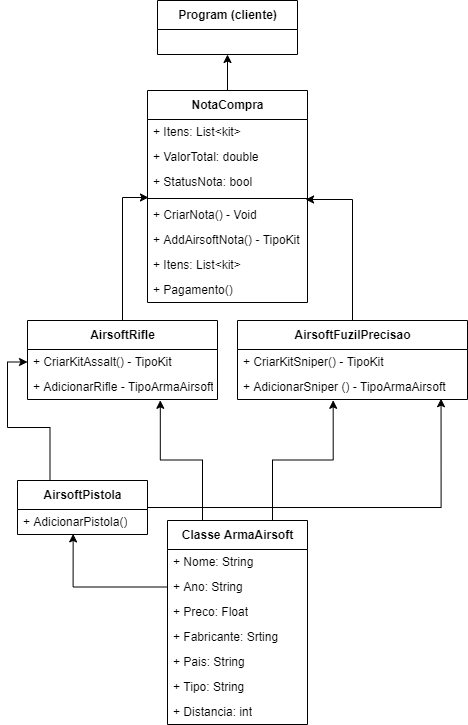
The draw.io diagram Diagramas/Padrão de projeto-Composite.drawio.png in danilomichell/Airsoft, before a commit. Source tidied: cells renumbered, new cells last; positions are measured from the earlier drawing's top-left corner, leaving out a move shared by most shapes.
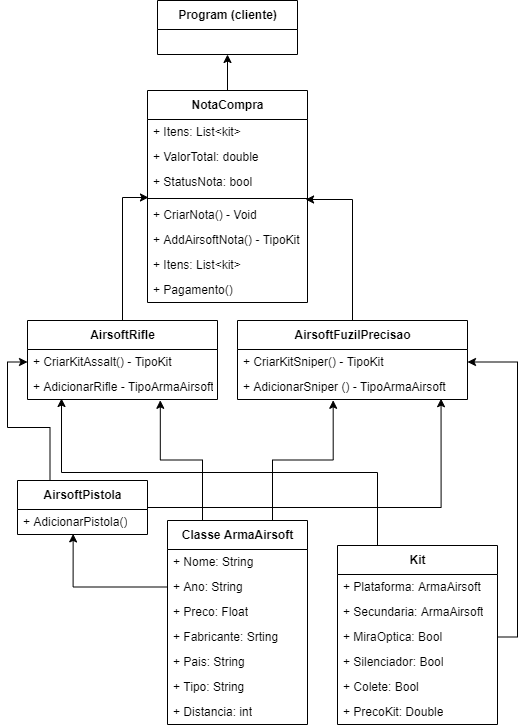
Later version of the same file.

Change to the diagram source:
```diff
@@ -104,5 +104,32 @@
     <mxCell id="35" value="Program (cliente)" style="swimlane;fontStyle=1;align=center;verticalAlign=middle;horizontal=1;startSize=29;html=1;" parent="1" vertex="1">
       <mxGeometry x="140" width="140" height="54" as="geometry" />
     </mxCell>
+    <mxCell id="36" style="edgeStyle=orthogonalEdgeStyle;rounded=0;jettySize=auto;html=1;exitX=0.25;exitY=0;exitDx=0;exitDy=0;entryX=0.179;entryY=0.96;entryDx=0;entryDy=0;entryPerimeter=0;" parent="1" edge="1" source="37" target="20">
+      <mxGeometry relative="1" as="geometry" />
+    </mxCell>
+    <mxCell id="37" value="Kit" style="swimlane;fontStyle=1;align=center;verticalAlign=middle;horizontal=1;startSize=29;html=1;" parent="1" vertex="1">
+      <mxGeometry x="320" y="545" width="160" height="179" as="geometry" />
+    </mxCell>
+    <mxCell id="38" value="+ Plataforma: ArmaAirsoft" style="text;html=1;strokeColor=none;fillColor=none;align=left;verticalAlign=middle;spacingLeft=4;spacingRight=4;overflow=hidden;" parent="37" vertex="1">
+      <mxGeometry y="29" width="160" height="25" as="geometry" />
+    </mxCell>
+    <mxCell id="39" value="+ Secundaria: ArmaAirsoft" style="text;html=1;strokeColor=none;fillColor=none;align=left;verticalAlign=middle;spacingLeft=4;spacingRight=4;overflow=hidden;" parent="37" vertex="1">
+      <mxGeometry y="54" width="160" height="25" as="geometry" />
+    </mxCell>
+    <mxCell id="40" value="+ MiraOptica: Bool" style="text;html=1;strokeColor=none;fillColor=none;align=left;verticalAlign=middle;spacingLeft=4;spacingRight=4;overflow=hidden;points=[[0,0.5],[1,0.5]];portConstraint=eastwest;" parent="37" vertex="1">
+      <mxGeometry y="79" width="160" height="25" as="geometry" />
+    </mxCell>
+    <mxCell id="41" value="+ Silenciador: Bool" style="text;html=1;strokeColor=none;fillColor=none;align=left;verticalAlign=middle;spacingLeft=4;spacingRight=4;overflow=hidden;" parent="37" vertex="1">
+      <mxGeometry y="104" width="160" height="25" as="geometry" />
+    </mxCell>
+    <mxCell id="42" value="+ Colete: Bool" style="text;html=1;strokeColor=none;fillColor=none;align=left;verticalAlign=middle;spacingLeft=4;spacingRight=4;overflow=hidden;" parent="37" vertex="1">
+      <mxGeometry y="129" width="160" height="25" as="geometry" />
+    </mxCell>
+    <mxCell id="43" value="+ PrecoKit: Double" style="text;html=1;strokeColor=none;fillColor=none;align=left;verticalAlign=middle;spacingLeft=4;spacingRight=4;overflow=hidden;" parent="37" vertex="1">
+      <mxGeometry y="154" width="160" height="25" as="geometry" />
+    </mxCell>
+    <mxCell id="44" style="edgeStyle=orthogonalEdgeStyle;rounded=0;jettySize=auto;html=1;exitX=1;exitY=0.5;exitDx=0;exitDy=0;entryX=1;entryY=0.5;entryDx=0;entryDy=0;" parent="1" edge="1" source="40" target="23">
+      <mxGeometry relative="1" as="geometry" />
+    </mxCell>
   </root>
 </mxGraphModel>
```
